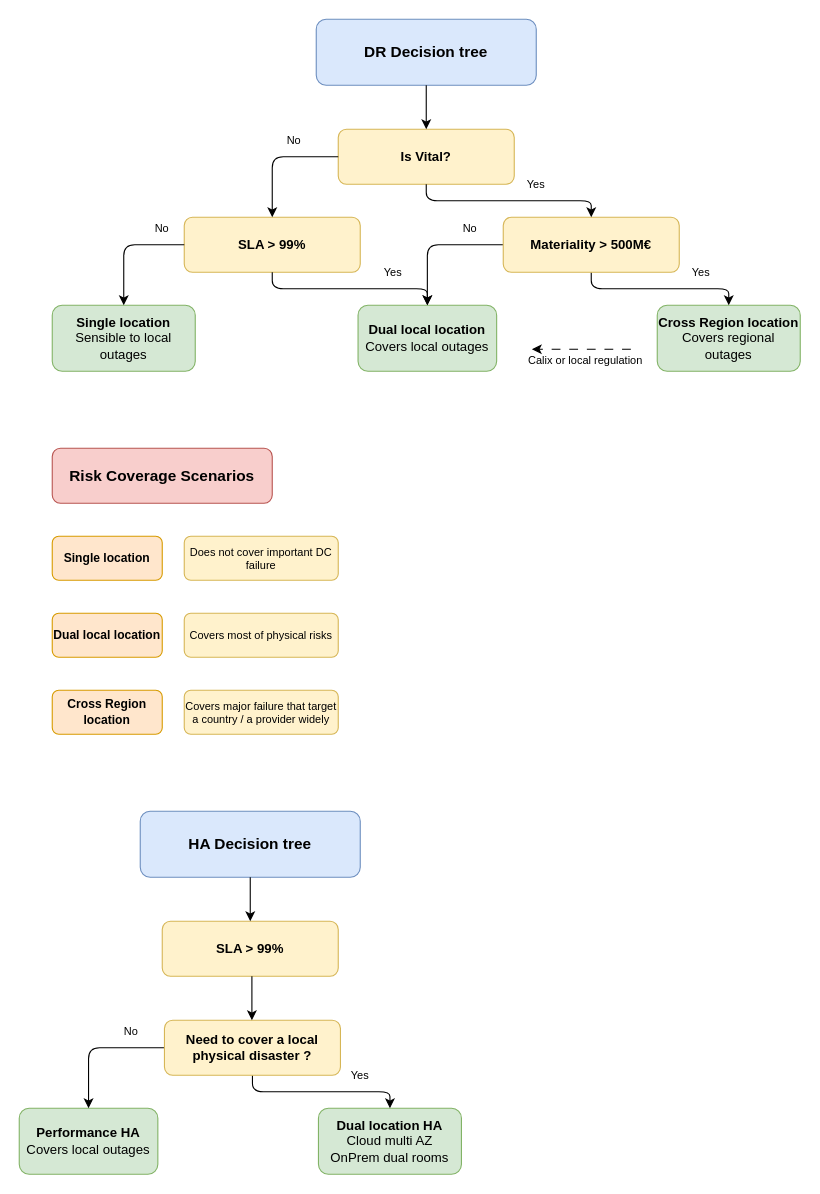
Above: page "HA-DR" (2 of 3) of DR-DecisionTree.drawio in anthonygea/mycv (draw.io), before the change. Source tidied: cells renumbered, new cells numbered last; positions are measured from the earlier drawing's top-left corner, leaving out a move shared by most shapes. Both pictures are drawn from the tidied source at 110%, with x=0, y=0 at pixel (19, 19).
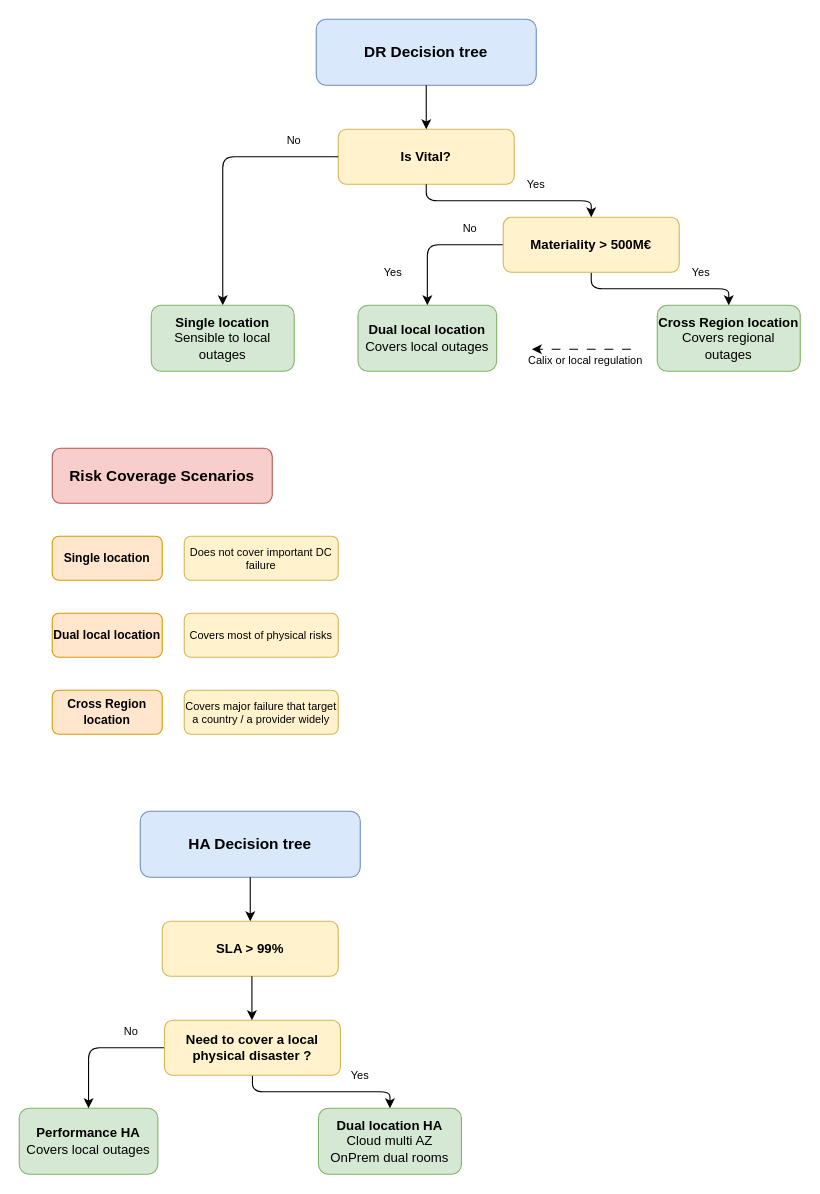
The same page after the edit.

Commit message:
Mettre à jour DR-DecisionTree.drawio

The change refers to these unchanged cells:
```xml
<mxCell id="3" value="Is Vital?" style="rounded=1;whiteSpace=wrap;html=1;fillColor=#fff2cc;strokeColor=#d6b656;fontSize=12;fontStyle=1;" parent="1" vertex="1">
  <mxGeometry x="290" y="100" width="160" height="50" as="geometry" />
</mxCell>
<mxCell id="5" value="Dual local location&lt;div&gt;&lt;span style=&quot;font-weight: normal;&quot;&gt;Covers local outages&lt;/span&gt;&lt;br&gt;&lt;/div&gt;" style="rounded=1;whiteSpace=wrap;html=1;fillColor=#d5e8d4;strokeColor=#82b366;fontSize=12;fontStyle=1;" parent="1" vertex="1">
  <mxGeometry x="308" y="260" width="126" height="60" as="geometry" />
</mxCell>
```

The edit, as a diff of the source:
```diff
@@
-    <mxCell id="4" value="SLA &amp;gt; 99%" style="rounded=1;whiteSpace=wrap;html=1;fillColor=#fff2cc;strokeColor=#d6b656;fontSize=12;fontStyle=1;" parent="1" vertex="1">
-      <mxGeometry x="150" y="180" width="160" height="50" as="geometry" />
-    </mxCell>
@@
-    <mxCell id="9" style="endArrow=classic;html=1;edgeStyle=orthogonalEdgeStyle;entryX=0.5;entryY=0;entryDx=0;entryDy=0;exitX=0;exitY=0.5;exitDx=0;exitDy=0;" parent="1" edge="1" source="3" target="4">
+    <mxCell id="9" style="endArrow=classic;html=1;edgeStyle=orthogonalEdgeStyle;entryX=0.5;entryY=0;entryDx=0;entryDy=0;exitX=0;exitY=0.5;exitDx=0;exitDy=0;" parent="1" edge="1" source="3" target="15">
       <mxGeometry relative="1" as="geometry" />
     </mxCell>
@@
-    <mxCell id="14" value="No" style="text;html=1;strokeColor=none;fillColor=none;align=center;verticalAlign=middle;whiteSpace=wrap;rounded=0;fontSize=10;" parent="1" vertex="1">
-      <mxGeometry x="80" y="180" width="100" height="20" as="geometry" />
-    </mxCell>
     <mxCell id="15" value="Single location&lt;div&gt;&lt;span style=&quot;font-weight: 400;&quot;&gt;Sensible to local outages&lt;/span&gt;&lt;/div&gt;" style="rounded=1;whiteSpace=wrap;html=1;fillColor=#d5e8d4;strokeColor=#82b366;fontSize=12;fontStyle=1;" parent="1" vertex="1">
-      <mxGeometry x="30" y="260" width="130" height="60" as="geometry" />
+      <mxGeometry x="120" y="260" width="130" height="60" as="geometry" />
     </mxCell>
-    <mxCell id="16" style="endArrow=classic;html=1;edgeStyle=orthogonalEdgeStyle;entryX=0.5;entryY=0;entryDx=0;entryDy=0;exitX=0;exitY=0.5;exitDx=0;exitDy=0;" parent="1" edge="1" source="4" target="15">
-      <mxGeometry relative="1" as="geometry" />
-    </mxCell>
@@
-    <mxCell id="18" style="endArrow=classic;html=1;edgeStyle=orthogonalEdgeStyle;exitX=0.5;exitY=1;exitDx=0;exitDy=0;entryX=0.5;entryY=0;entryDx=0;entryDy=0;" parent="1" edge="1" source="4" target="5">
-      <mxGeometry relative="1" as="geometry" />
-    </mxCell>
```
